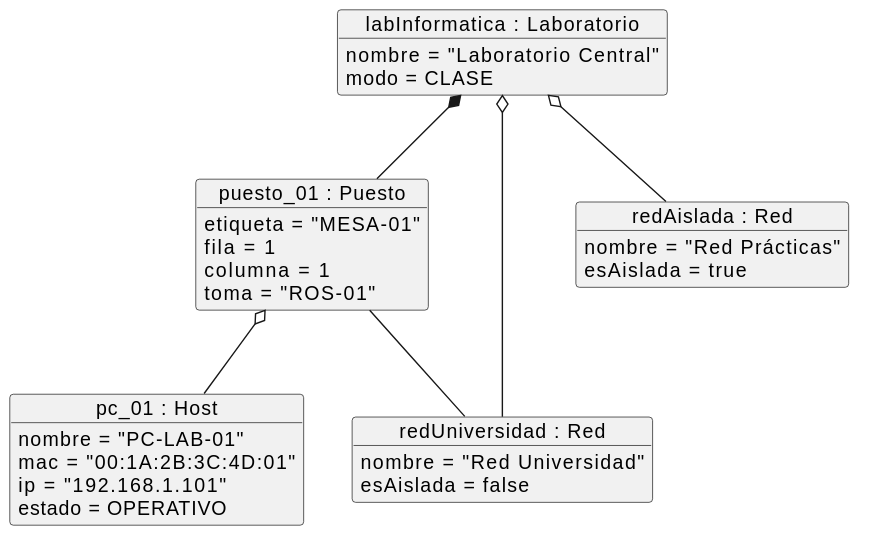
Carlos-Lima2510/mesh-panel keeps this PlantUML diagram as images/00-modelo-del-dominio/diagrama-objetos.svg. Above is the earlier version. Source of this version:
```plantuml
@startuml
object "labInformatica : Laboratorio" as lab {
    nombre = "Laboratorio Central"
    modo = CLASE
}

object "puesto_01 : Puesto" as puesto {
    etiqueta = "MESA-01"
    fila = 1
    columna = 1
    toma = "ROS-01"
}

object "pc_01 : Host" as host {
    nombre = "PC-LAB-01"
    mac = "00:1A:2B:3C:4D:01"
    ip = "192.168.1.101"
    estado = OPERATIVO
}

object "redUniversidad : Red" as redUniversidad {
    nombre = "Red Universidad"
    esAislada = false
}

object "redAislada : Red" as redAislada {
    nombre = "Red Prácticas"
    esAislada = true
}

lab *-- puesto
lab o-- redUniversidad
lab o-- redAislada

puesto o-- host
puesto -- redUniversidad
@enduml
```
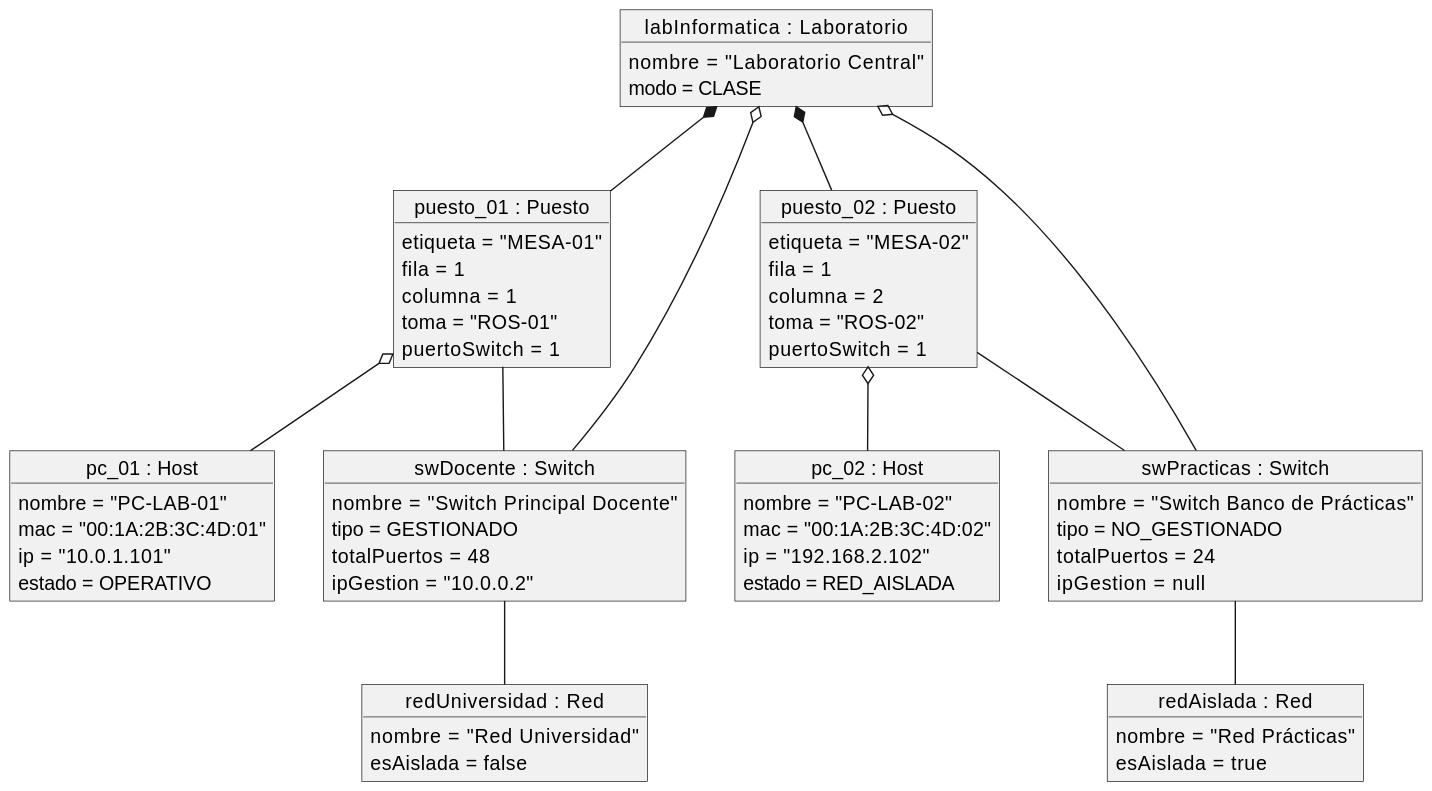
The same diagram one commit later.

Commit message:
Update domain model diagram to include additional elements and adjust layout for clarity

Diff of the diagram source:
```diff
@@ -4,18 +4,48 @@
     modo = CLASE
 }
 
-object "puesto_01 : Puesto" as puesto {
+object "puesto_01 : Puesto" as puesto01 {
     etiqueta = "MESA-01"
     fila = 1
     columna = 1
     toma = "ROS-01"
+    puertoSwitch = 1
 }
 
-object "pc_01 : Host" as host {
+object "puesto_02 : Puesto" as puesto02 {
+    etiqueta = "MESA-02"
+    fila = 1
+    columna = 2
+    toma = "ROS-02"
+    puertoSwitch = 1
+}
+
+object "pc_01 : Host" as host01 {
     nombre = "PC-LAB-01"
     mac = "00:1A:2B:3C:4D:01"
-    ip = "192.168.1.101"
+    ip = "10.0.1.101"
     estado = OPERATIVO
+}
+
+object "pc_02 : Host" as host02 {
+    nombre = "PC-LAB-02"
+    mac = "00:1A:2B:3C:4D:02"
+    ip = "192.168.2.102"
+    estado = RED_AISLADA
+}
+
+object "swDocente : Switch" as swDocente {
+    nombre = "Switch Principal Docente"
+    tipo = GESTIONADO
+    totalPuertos = 48
+    ipGestion = "10.0.0.2"
+}
+
+object "swPracticas : Switch" as swPracticas {
+    nombre = "Switch Banco de Prácticas"
+    tipo = NO_GESTIONADO
+    totalPuertos = 24
+    ipGestion = null
 }
 
 object "redUniversidad : Red" as redUniversidad {
@@ -28,10 +58,17 @@
     esAislada = true
 }
 
-lab *-- puesto
-lab o-- redUniversidad
-lab o-- redAislada
+lab *-- puesto01
+lab *-- puesto02
+lab o-- swDocente
+lab o-- swPracticas
 
-puesto o-- host
-puesto -- redUniversidad
+puesto01 -- swDocente
+puesto02 -- swPracticas
+
+puesto01 o-- host01
+puesto02 o-- host02
+
+swDocente -- redUniversidad
+swPracticas -- redAislada
 @enduml
```
